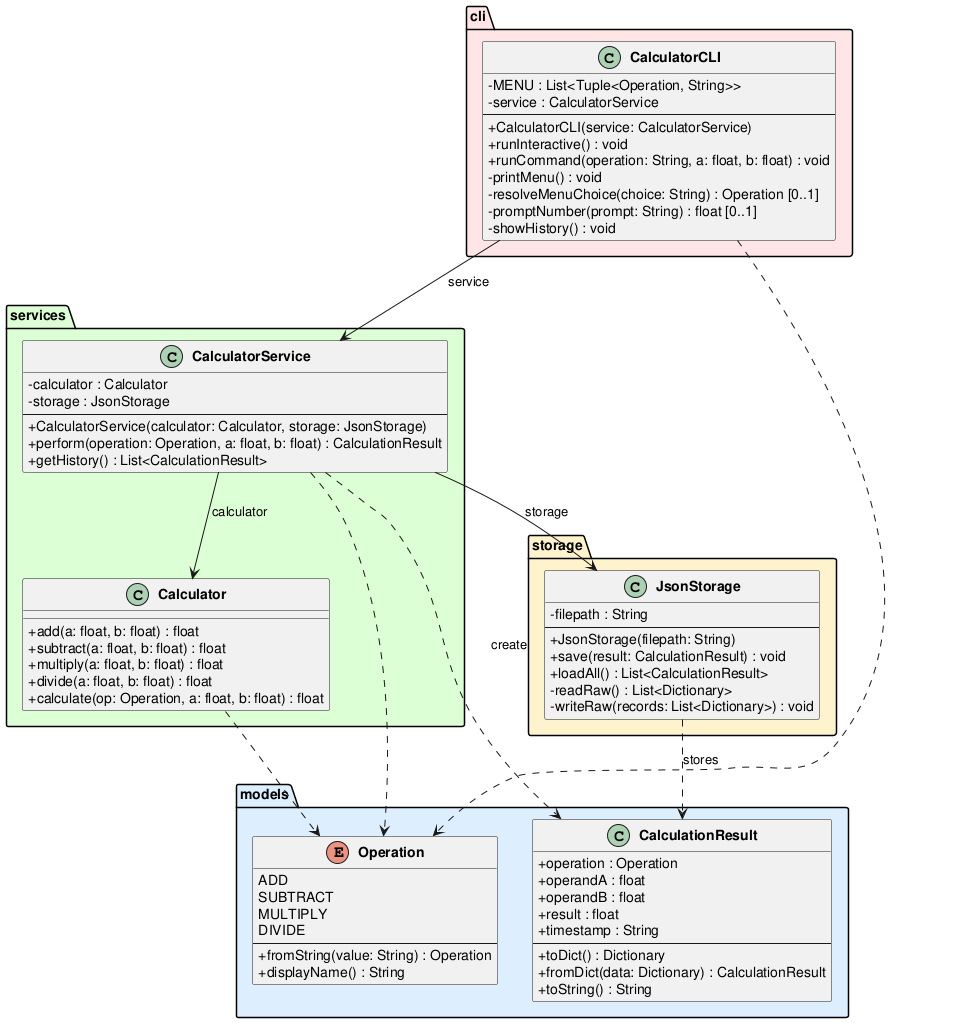
This is experiments/pipeline/user_stories/calculator/artifacts/class_diagram.png from DanielRiha8906/Software_autoevolution_using_agents, a PlantUML export, as it was before one commit. Source of this version:
```plantuml
@startuml class_diagram

skinparam classAttributeIconSize 0
skinparam classFontStyle bold

package "models" #DDEEFF {
    enum Operation {
        ADD
        SUBTRACT
        MULTIPLY
        DIVIDE
        --
        +fromString(value: String) : Operation
        +displayName() : String
    }

    class CalculationResult {
        +operation : Operation
        +operandA : float
        +operandB : float
        +result : float
        +timestamp : String
        --
        +toDict() : Dictionary
        +fromDict(data: Dictionary) : CalculationResult
        +toString() : String
    }
}

package "services" #DDFFD4 {
    class Calculator {
        +add(a: float, b: float) : float
        +subtract(a: float, b: float) : float
        +multiply(a: float, b: float) : float
        +divide(a: float, b: float) : float
        +calculate(op: Operation, a: float, b: float) : float
    }

    class CalculatorService {
        -calculator : Calculator
        -storage : JsonStorage
        --
        +CalculatorService(calculator: Calculator, storage: JsonStorage)
        +perform(operation: Operation, a: float, b: float) : CalculationResult
        +getHistory() : List<CalculationResult>
    }
}

package "storage" #FFF3CC {
    class JsonStorage {
        -filepath : String
        --
        +JsonStorage(filepath: String)
        +save(result: CalculationResult) : void
        +loadAll() : List<CalculationResult>
        -readRaw() : List<Dictionary>
        -writeRaw(records: List<Dictionary>) : void
    }
}

package "cli" #FFE5E5 {
    class CalculatorCLI {
        -MENU : List<Tuple<Operation, String>>
        -service : CalculatorService
        --
        +CalculatorCLI(service: CalculatorService)
        +runInteractive() : void
        +runCommand(operation: String, a: float, b: float) : void
        -printMenu() : void
        -resolveMenuChoice(choice: String) : Operation [0..1]
        -promptNumber(prompt: String) : float [0..1]
        -showHistory() : void
    }
}

CalculatorCLI --> CalculatorService : service
CalculatorService --> Calculator : calculator
CalculatorService --> JsonStorage : storage

CalculatorService ..> CalculationResult : create
CalculatorService ..> Operation
CalculatorCLI ..> Operation
Calculator ..> Operation
JsonStorage ..> CalculationResult : stores

@enduml
```
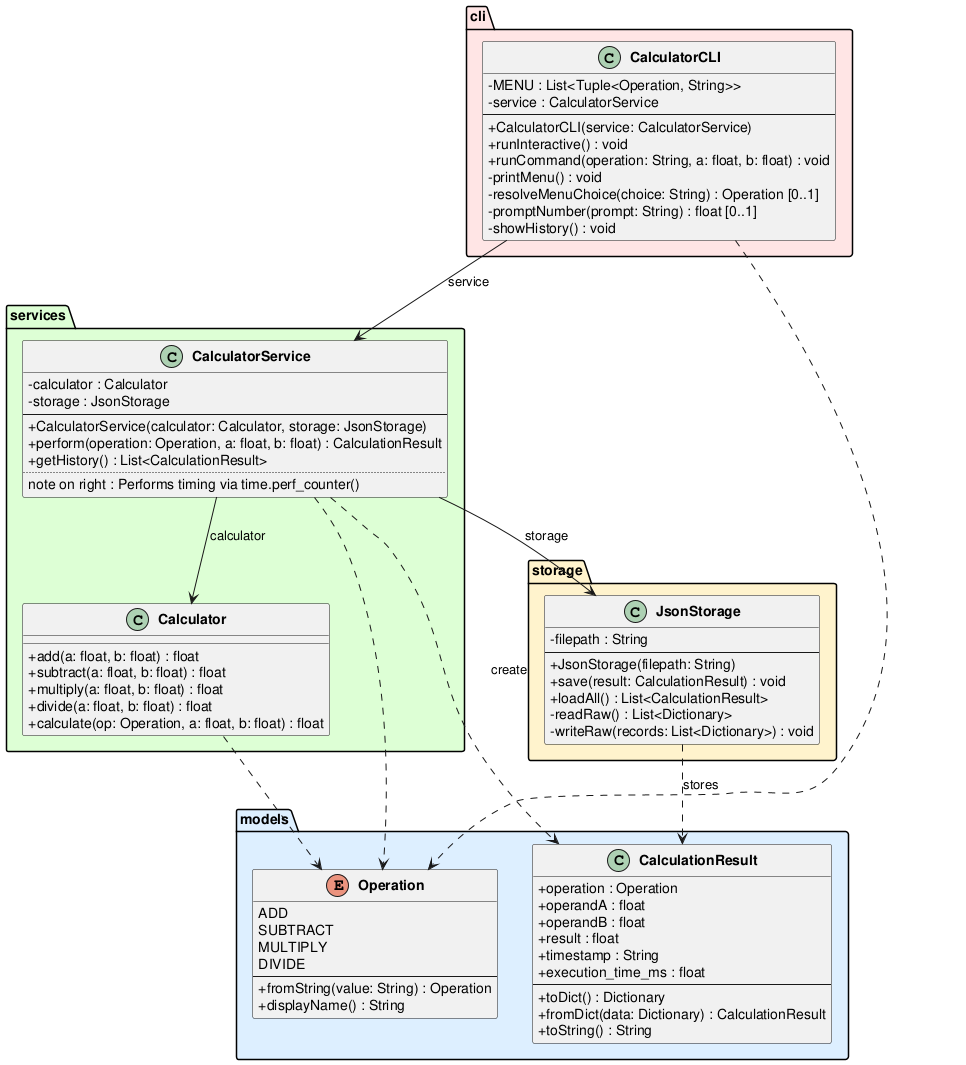
After the commit.

What changed in the source:
```diff
@@ -20,6 +20,7 @@
         +operandB : float
         +result : float
         +timestamp : String
+        +execution_time_ms : float
         --
         +toDict() : Dictionary
         +fromDict(data: Dictionary) : CalculationResult
@@ -43,6 +44,8 @@
         +CalculatorService(calculator: Calculator, storage: JsonStorage)
         +perform(operation: Operation, a: float, b: float) : CalculationResult
         +getHistory() : List<CalculationResult>
+        ..
+        note on right : Performs timing via time.perf_counter()
     }
 }
 
```
